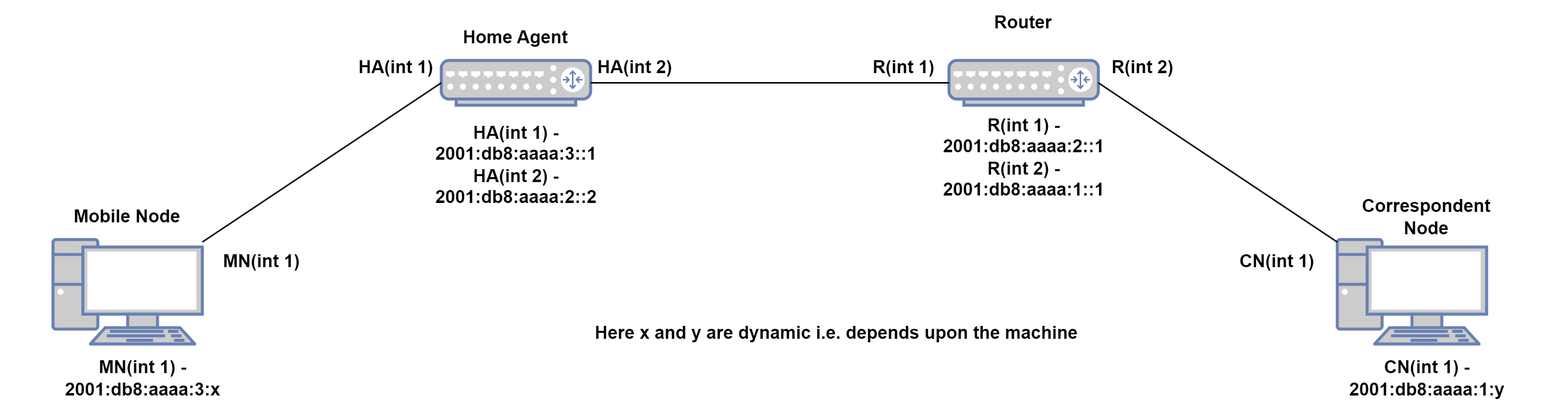
Earlier version of the draw.io export MIPv6/images/Architecture.png (brcnitk/IPv6-Deployment-Workshop). Source tidied: cells renumbered, new cells last; positions are measured from the earlier drawing's top-left corner, leaving out a move shared by most shapes. The source it was exported from:
```xml
<mxGraphModel>
  <root>
    <mxCell id="0" />
    <mxCell id="1" parent="0" />
    <mxCell id="2" style="fontColor=#0066CC;verticalAlign=top;verticalLabelPosition=bottom;labelPosition=center;align=center;html=1;outlineConnect=0;fillColor=#CCCCCC;strokeColor=#6881B3;gradientColor=none;gradientDirection=north;strokeWidth=2;shape=mxgraph.networks.router;" parent="1" vertex="1">
      <mxGeometry x="635" y="40" width="100" height="30" as="geometry" />
    </mxCell>
    <mxCell id="3" style="fontColor=#0066CC;verticalAlign=top;verticalLabelPosition=bottom;labelPosition=center;align=center;html=1;outlineConnect=0;fillColor=#CCCCCC;strokeColor=#6881B3;gradientColor=none;gradientDirection=north;strokeWidth=2;shape=mxgraph.networks.pc;" parent="1" vertex="1">
      <mxGeometry x="35" y="160" width="100" height="70" as="geometry" />
    </mxCell>
    <mxCell id="4" style="fontColor=#0066CC;verticalAlign=top;verticalLabelPosition=bottom;labelPosition=center;align=center;html=1;outlineConnect=0;fillColor=#CCCCCC;strokeColor=#6881B3;gradientColor=none;gradientDirection=north;strokeWidth=2;shape=mxgraph.networks.pc;" parent="1" vertex="1">
      <mxGeometry x="895" y="160" width="100" height="70" as="geometry" />
    </mxCell>
    <mxCell id="5" style="fontColor=#0066CC;verticalAlign=top;verticalLabelPosition=bottom;labelPosition=center;align=center;html=1;outlineConnect=0;fillColor=#CCCCCC;strokeColor=#6881B3;gradientColor=none;gradientDirection=north;strokeWidth=2;shape=mxgraph.networks.router;" parent="1" vertex="1">
      <mxGeometry x="295" y="40" width="100" height="30" as="geometry" />
    </mxCell>
    <mxCell id="6" style="endArrow=none;html=1;rounded=0;exitX=1;exitY=0.5;exitDx=0;exitDy=0;exitPerimeter=0;entryX=0;entryY=0.5;entryDx=0;entryDy=0;entryPerimeter=0;" parent="1" edge="1" source="5" target="2">
      <mxGeometry relative="1" as="geometry" />
    </mxCell>
    <mxCell id="7" style="endArrow=none;html=1;rounded=0;entryX=0;entryY=0.5;entryDx=0;entryDy=0;entryPerimeter=0;" parent="1" edge="1" source="3" target="5">
      <mxGeometry relative="1" as="geometry" />
    </mxCell>
    <mxCell id="8" style="endArrow=none;html=1;rounded=0;exitX=1;exitY=0.5;exitDx=0;exitDy=0;exitPerimeter=0;" parent="1" edge="1" source="2" target="4">
      <mxGeometry relative="1" as="geometry" />
    </mxCell>
    <mxCell id="9" value="&lt;b&gt;Mobile Node&lt;/b&gt;" style="text;html=1;align=center;verticalAlign=middle;whiteSpace=wrap;rounded=0;" parent="1" vertex="1">
      <mxGeometry x="45" y="130" width="80" height="30" as="geometry" />
    </mxCell>
    <mxCell id="10" value="&lt;b&gt;Correspondent Node&lt;/b&gt;" style="text;html=1;align=center;verticalAlign=middle;whiteSpace=wrap;rounded=0;" parent="1" vertex="1">
      <mxGeometry x="915" y="130" width="80" height="30" as="geometry" />
    </mxCell>
    <mxCell id="11" value="&lt;b&gt;Router&lt;/b&gt;" style="text;html=1;align=center;verticalAlign=middle;whiteSpace=wrap;rounded=0;" parent="1" vertex="1">
      <mxGeometry x="645" width="80" height="30" as="geometry" />
    </mxCell>
    <mxCell id="12" value="&lt;b&gt;Home Agent&lt;/b&gt;" style="text;html=1;align=center;verticalAlign=middle;whiteSpace=wrap;rounded=0;" parent="1" vertex="1">
      <mxGeometry x="305" y="10" width="80" height="30" as="geometry" />
    </mxCell>
    <mxCell id="13" value="&lt;b&gt;CN(int 1)&lt;/b&gt;" style="text;html=1;align=center;verticalAlign=middle;whiteSpace=wrap;rounded=0;" parent="1" vertex="1">
      <mxGeometry x="825" y="160" width="60" height="30" as="geometry" />
    </mxCell>
    <mxCell id="14" value="&lt;b&gt;R(int 2)&lt;/b&gt;" style="text;html=1;align=center;verticalAlign=middle;whiteSpace=wrap;rounded=0;" parent="1" vertex="1">
      <mxGeometry x="735" y="30" width="60" height="30" as="geometry" />
    </mxCell>
    <mxCell id="15" value="&lt;b&gt;R(int 1)&lt;/b&gt;" style="text;html=1;align=center;verticalAlign=middle;whiteSpace=wrap;rounded=0;" parent="1" vertex="1">
      <mxGeometry x="575" y="30" width="60" height="30" as="geometry" />
    </mxCell>
    <mxCell id="16" value="&lt;b&gt;HA(int 2)&lt;/b&gt;" style="text;html=1;align=center;verticalAlign=middle;whiteSpace=wrap;rounded=0;" parent="1" vertex="1">
      <mxGeometry x="395" y="30" width="60" height="30" as="geometry" />
    </mxCell>
    <mxCell id="17" value="&lt;b&gt;HA(int 1)&lt;/b&gt;" style="text;html=1;align=center;verticalAlign=middle;whiteSpace=wrap;rounded=0;" parent="1" vertex="1">
      <mxGeometry x="235" y="30" width="60" height="30" as="geometry" />
    </mxCell>
    <mxCell id="18" value="&lt;b&gt;Here x and y are dynamic i.e. depends upon the machine&lt;/b&gt;" style="text;html=1;align=center;verticalAlign=middle;whiteSpace=wrap;rounded=0;" parent="1" vertex="1">
      <mxGeometry x="395" y="208" width="330" height="30" as="geometry" />
    </mxCell>
    <mxCell id="19" value="&lt;div style=&quot;text-wrap: wrap;&quot;&gt;&lt;b&gt;R(int 1) - 2001:db8:aaaa:2::1&lt;/b&gt;&lt;b&gt;&lt;br&gt;&lt;/b&gt;&lt;/div&gt;&lt;div style=&quot;text-wrap: wrap;&quot;&gt;&lt;b&gt;R(int 2) - 2001:db8:aaaa:1::1&lt;/b&gt;&lt;/div&gt;" style="text;html=1;align=center;verticalAlign=middle;strokeColor=none;fillColor=none;spacingTop=19;spacing=6;" parent="1" vertex="1">
      <mxGeometry x="590" y="60" width="190" height="70" as="geometry" />
    </mxCell>
    <mxCell id="20" value="&lt;b style=&quot;text-wrap: wrap;&quot;&gt;HA(int 1) - 2001:db8:aaaa:3::1&lt;/b&gt;&lt;div style=&quot;text-wrap: wrap;&quot;&gt;&lt;b&gt;HA(int 2) - 2001:db8:aaaa:2::2&lt;/b&gt;&lt;/div&gt;" style="text;html=1;align=center;verticalAlign=middle;strokeColor=none;fillColor=none;" parent="1" vertex="1">
      <mxGeometry x="250" y="90" width="190" height="40" as="geometry" />
    </mxCell>
    <mxCell id="21" value="&lt;b&gt;MN(int 1)&lt;/b&gt;" style="text;html=1;align=center;verticalAlign=middle;whiteSpace=wrap;rounded=0;" parent="1" vertex="1">
      <mxGeometry x="145" y="160" width="60" height="30" as="geometry" />
    </mxCell>
    <mxCell id="22" value="&lt;b style=&quot;text-wrap: wrap;&quot;&gt;MN(int 1) - 2001:db8:aaaa:3:x&lt;/b&gt;" style="text;html=1;align=center;verticalAlign=middle;strokeColor=none;fillColor=none;" parent="1" vertex="1">
      <mxGeometry y="238" width="190" height="30" as="geometry" />
    </mxCell>
    <mxCell id="23" value="&lt;b style=&quot;text-wrap: wrap;&quot;&gt;CN(int 1) - 2001:db8:aaaa:1:y&lt;/b&gt;" style="text;html=1;align=center;verticalAlign=middle;strokeColor=none;fillColor=none;" parent="1" vertex="1">
      <mxGeometry x="860" y="238" width="190" height="30" as="geometry" />
    </mxCell>
  </root>
</mxGraphModel>
```
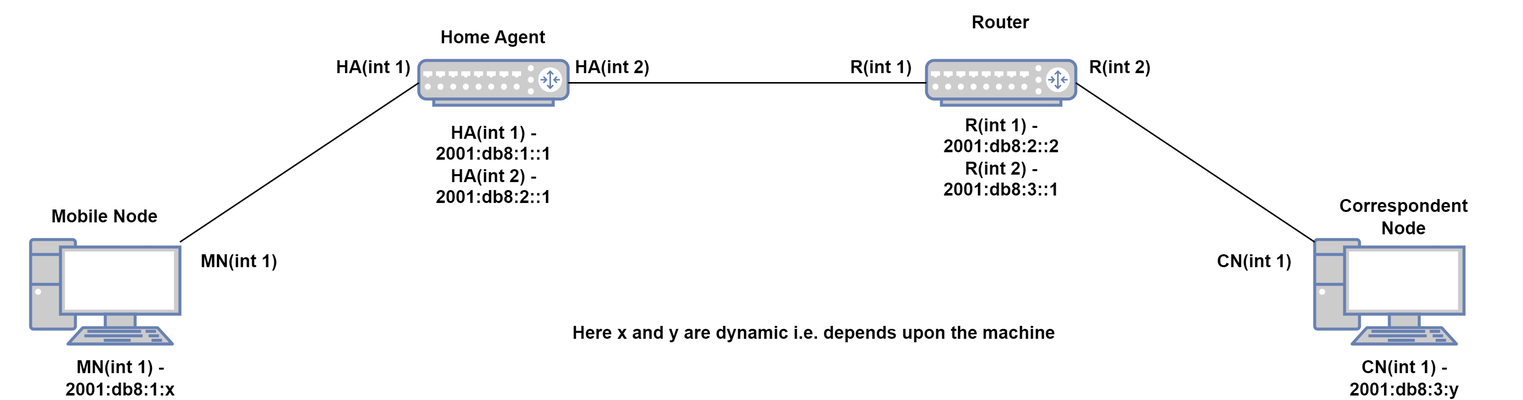
After the commit.

Diff of the diagram source:
```diff
@@ -53,20 +53,20 @@
     <mxCell id="18" value="&lt;b&gt;Here x and y are dynamic i.e. depends upon the machine&lt;/b&gt;" style="text;html=1;align=center;verticalAlign=middle;whiteSpace=wrap;rounded=0;" parent="1" vertex="1">
       <mxGeometry x="395" y="208" width="330" height="30" as="geometry" />
     </mxCell>
-    <mxCell id="19" value="&lt;div style=&quot;text-wrap: wrap;&quot;&gt;&lt;b&gt;R(int 1) - 2001:db8:aaaa:2::1&lt;/b&gt;&lt;b&gt;&lt;br&gt;&lt;/b&gt;&lt;/div&gt;&lt;div style=&quot;text-wrap: wrap;&quot;&gt;&lt;b&gt;R(int 2) - 2001:db8:aaaa:1::1&lt;/b&gt;&lt;/div&gt;" style="text;html=1;align=center;verticalAlign=middle;strokeColor=none;fillColor=none;spacingTop=19;spacing=6;" parent="1" vertex="1">
-      <mxGeometry x="590" y="60" width="190" height="70" as="geometry" />
+    <mxCell id="19" value="&lt;div style=&quot;text-wrap: wrap;&quot;&gt;&lt;b&gt;R(int 1) - 2001:db8:2::2&lt;/b&gt;&lt;b&gt;&lt;br&gt;&lt;/b&gt;&lt;/div&gt;&lt;div style=&quot;text-wrap: wrap;&quot;&gt;&lt;b&gt;R(int 2) - 2001:db8:3::1&lt;/b&gt;&lt;/div&gt;" style="text;html=1;align=center;verticalAlign=middle;strokeColor=none;fillColor=none;spacingTop=19;spacing=6;" parent="1" vertex="1">
+      <mxGeometry x="605" y="60" width="160" height="70" as="geometry" />
     </mxCell>
-    <mxCell id="20" value="&lt;b style=&quot;text-wrap: wrap;&quot;&gt;HA(int 1) - 2001:db8:aaaa:3::1&lt;/b&gt;&lt;div style=&quot;text-wrap: wrap;&quot;&gt;&lt;b&gt;HA(int 2) - 2001:db8:aaaa:2::2&lt;/b&gt;&lt;/div&gt;" style="text;html=1;align=center;verticalAlign=middle;strokeColor=none;fillColor=none;" parent="1" vertex="1">
-      <mxGeometry x="250" y="90" width="190" height="40" as="geometry" />
+    <mxCell id="20" value="&lt;b style=&quot;text-wrap: wrap;&quot;&gt;HA(int 1) - 2001:db8:1::1&lt;/b&gt;&lt;div style=&quot;text-wrap: wrap;&quot;&gt;&lt;b&gt;HA(int 2) - 2001:db8:2::1&lt;/b&gt;&lt;/div&gt;" style="text;html=1;align=center;verticalAlign=middle;strokeColor=none;fillColor=none;" parent="1" vertex="1">
+      <mxGeometry x="265" y="90" width="160" height="40" as="geometry" />
     </mxCell>
     <mxCell id="21" value="&lt;b&gt;MN(int 1)&lt;/b&gt;" style="text;html=1;align=center;verticalAlign=middle;whiteSpace=wrap;rounded=0;" parent="1" vertex="1">
       <mxGeometry x="145" y="160" width="60" height="30" as="geometry" />
     </mxCell>
-    <mxCell id="22" value="&lt;b style=&quot;text-wrap: wrap;&quot;&gt;MN(int 1) - 2001:db8:aaaa:3:x&lt;/b&gt;" style="text;html=1;align=center;verticalAlign=middle;strokeColor=none;fillColor=none;" parent="1" vertex="1">
-      <mxGeometry y="238" width="190" height="30" as="geometry" />
+    <mxCell id="22" value="&lt;b style=&quot;text-wrap: wrap;&quot;&gt;MN(int 1) - 2001:db8:1:x&lt;/b&gt;" style="text;html=1;align=center;verticalAlign=middle;strokeColor=none;fillColor=none;" parent="1" vertex="1">
+      <mxGeometry x="15" y="238" width="160" height="30" as="geometry" />
     </mxCell>
-    <mxCell id="23" value="&lt;b style=&quot;text-wrap: wrap;&quot;&gt;CN(int 1) - 2001:db8:aaaa:1:y&lt;/b&gt;" style="text;html=1;align=center;verticalAlign=middle;strokeColor=none;fillColor=none;" parent="1" vertex="1">
-      <mxGeometry x="860" y="238" width="190" height="30" as="geometry" />
+    <mxCell id="23" value="&lt;b style=&quot;text-wrap: wrap;&quot;&gt;CN(int 1) - 2001:db8:3:y&lt;/b&gt;" style="text;html=1;align=center;verticalAlign=middle;strokeColor=none;fillColor=none;" parent="1" vertex="1">
+      <mxGeometry x="875" y="238" width="160" height="30" as="geometry" />
     </mxCell>
   </root>
 </mxGraphModel>
```
